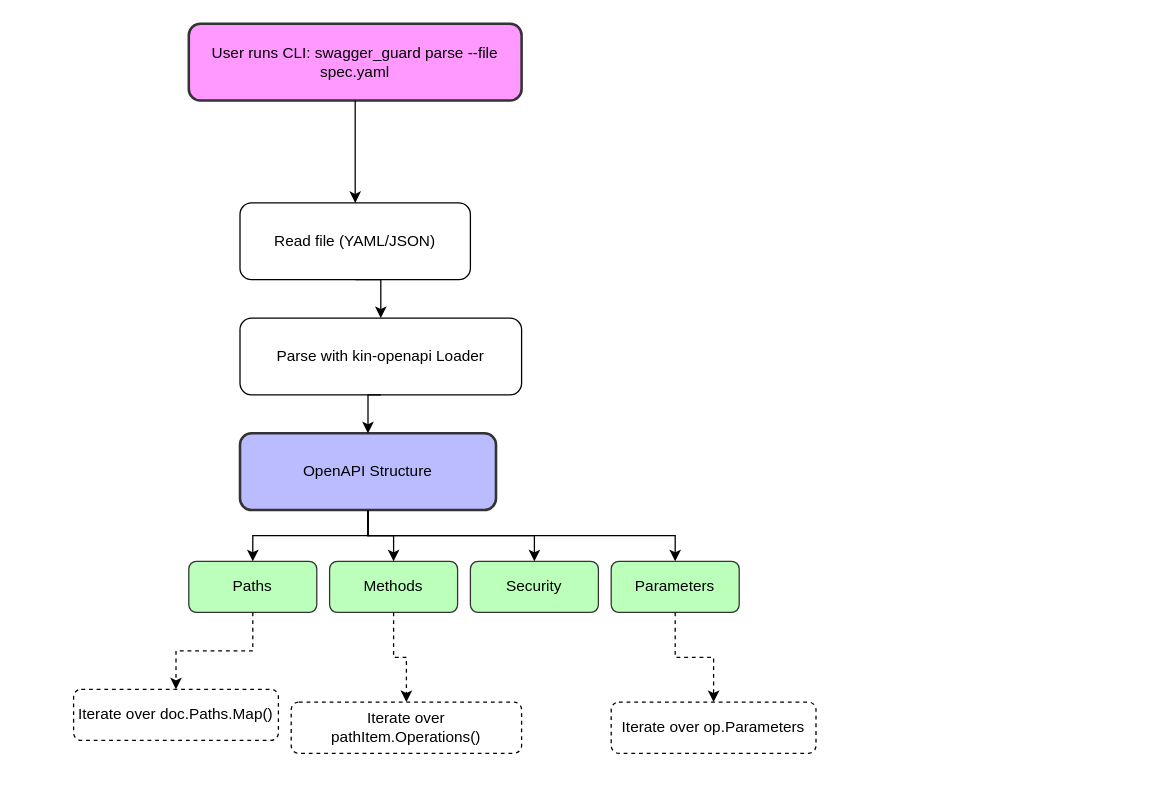
The draw.io diagram docs/cli_openapi_parser.drawio in lorenaziviani/swagger_guard, before the edit. Source tidied: cells renumbered, new cells numbered last; positions are measured from the earlier drawing's top-left corner, leaving out a move shared by most shapes. Both pictures are drawn from the tidied source at 128%, with x=0, y=0 at pixel (73, 23).
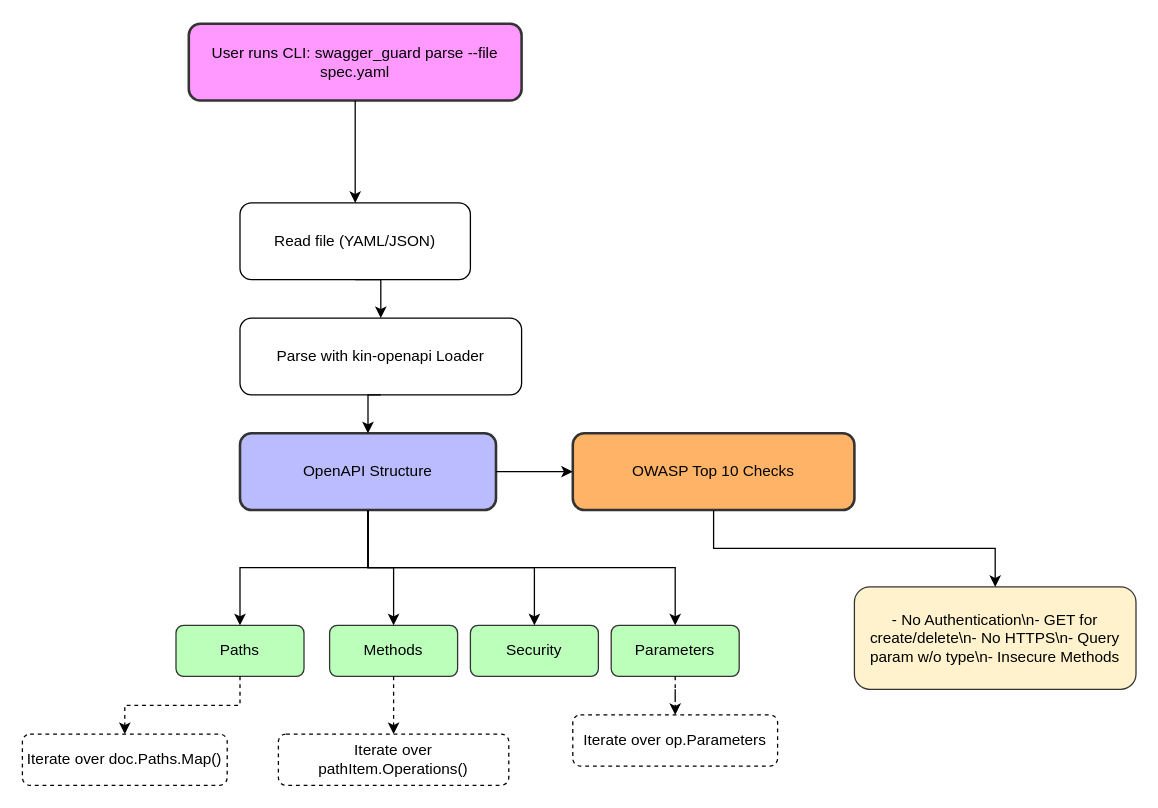
The same page after the edit.

Commit message (it also covers changes not shown here):
feat(engine): add OWASP Top 10 automated checks

The change refers to these unchanged cells:
```xml
<mxCell id="5" value="OpenAPI Structure" style="rounded=1;whiteSpace=wrap;html=1;fillColor=#bbf;strokeColor=#333;strokeWidth=2;" parent="1" vertex="1">
  <mxGeometry x="130" y="320" width="200" height="60" as="geometry" />
</mxCell>
```

Change to the diagram source:
```diff
@@
+    <mxCell id="23" value="OWASP Top 10 Checks" style="rounded=1;whiteSpace=wrap;html=1;fillColor=#ffb366;strokeColor=#333;strokeWidth=2;" parent="1" vertex="1">
+      <mxGeometry x="390" y="320" width="220" height="60" as="geometry" />
+    </mxCell>
+    <mxCell id="24" value="- No Authentication\n- GET for create/delete\n- No HTTPS\n- Query param w/o type\n- Insecure Methods" style="rounded=1;whiteSpace=wrap;html=1;fillColor=#fff2cc;strokeColor=#333;strokeWidth=1;" parent="1" vertex="1">
+      <mxGeometry x="610" y="440" width="220" height="80" as="geometry" />
+    </mxCell>
     <mxCell id="6" value="Paths" style="rounded=1;whiteSpace=wrap;html=1;fillColor=#bfb;strokeColor=#333;strokeWidth=1;" parent="1" vertex="1">
-      <mxGeometry x="90" y="420" width="100" height="40" as="geometry" />
+      <mxGeometry x="80" y="470" width="100" height="40" as="geometry" />
     </mxCell>
     <mxCell id="7" value="Methods" style="rounded=1;whiteSpace=wrap;html=1;fillColor=#bfb;strokeColor=#333;strokeWidth=1;" parent="1" vertex="1">
-      <mxGeometry x="200" y="420" width="100" height="40" as="geometry" />
+      <mxGeometry x="200" y="470" width="100" height="40" as="geometry" />
     </mxCell>
     <mxCell id="8" value="Security" style="rounded=1;whiteSpace=wrap;html=1;fillColor=#bfb;strokeColor=#333;strokeWidth=1;" parent="1" vertex="1">
-      <mxGeometry x="310" y="420" width="100" height="40" as="geometry" />
+      <mxGeometry x="310" y="470" width="100" height="40" as="geometry" />
     </mxCell>
     <mxCell id="9" value="Parameters" style="rounded=1;whiteSpace=wrap;html=1;fillColor=#bfb;strokeColor=#333;strokeWidth=1;" parent="1" vertex="1">
-      <mxGeometry x="420" y="420" width="100" height="40" as="geometry" />
+      <mxGeometry x="420" y="470" width="100" height="40" as="geometry" />
     </mxCell>
     <mxCell id="10" value="Iterate over doc.Paths.Map()" style="dashed=1;rounded=1;whiteSpace=wrap;html=1;" parent="1" vertex="1">
-      <mxGeometry y="520" width="160" height="40" as="geometry" />
+      <mxGeometry x="-40" y="555" width="160" height="40" as="geometry" />
     </mxCell>
     <mxCell id="11" value="Iterate over pathItem.Operations()" style="dashed=1;rounded=1;whiteSpace=wrap;html=1;" parent="1" vertex="1">
-      <mxGeometry x="170" y="530" width="180" height="40" as="geometry" />
+      <mxGeometry x="160" y="555" width="180" height="40" as="geometry" />
     </mxCell>
     <mxCell id="12" value="Iterate over op.Parameters" style="dashed=1;rounded=1;whiteSpace=wrap;html=1;" parent="1" vertex="1">
-      <mxGeometry x="420" y="530" width="160" height="40" as="geometry" />
+      <mxGeometry x="390" y="540" width="160" height="40" as="geometry" />
     </mxCell>
@@
+    <mxCell id="25" style="edgeStyle=orthogonalEdgeStyle;rounded=0;jettySize=auto;html=1;exitX=1;exitY=0.5;exitDx=0;exitDy=0;entryX=0;entryY=0.5;entryDx=0;entryDy=0;" parent="1" edge="1" source="5" target="23">
+      <mxGeometry relative="1" as="geometry" />
+    </mxCell>
+    <mxCell id="26" style="edgeStyle=orthogonalEdgeStyle;rounded=0;jettySize=auto;html=1;exitX=0.5;exitY=1;exitDx=0;exitDy=0;entryX=0.5;entryY=0;entryDx=0;entryDy=0;" parent="1" edge="1" source="23" target="24">
+      <mxGeometry relative="1" as="geometry" />
+    </mxCell>
```
